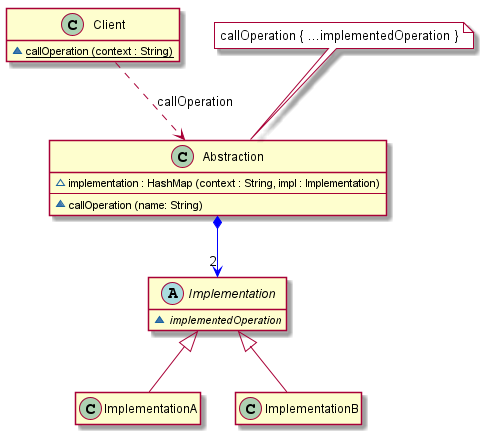
Before: src/bridge/_implementation_02/uml/implementation_02.png, a diagram exported from PlantUML (vitalispopoff/designPatterns).
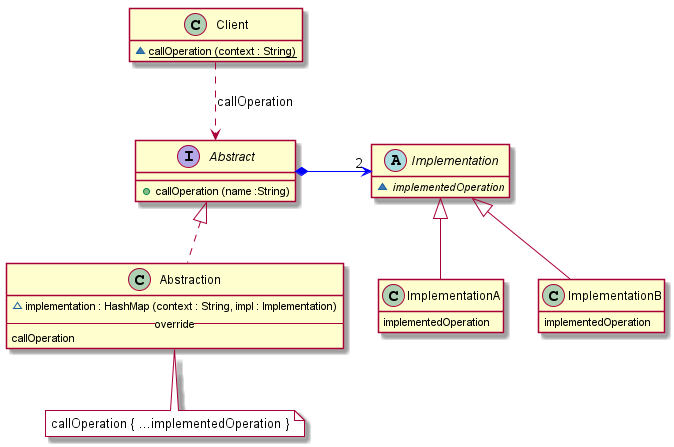
Above is the later version.

The edit, as a diff of the source:
```diff
@@ -1,35 +1,41 @@
 @startuml
 
 hide Client field
-
 class Client{
     ~{method}{static} callOperation (context : String)
 }
 
-Client ..> Abstraction : callOperation
+Client ..> Abstract : callOperation
 
-Abstraction *--> "2" Implementation #blue
+hide Abstract field
+interface Abstract {
+        +{method} callOperation (name :String)
+}
 
+Abstract *-right-> "2" Implementation #blue
+Abstract <|.down. Abstraction
+
+note bottom of Abstraction #white : callOperation { ...implementedOperation }
 class Abstraction {
         ~{field} implementation : HashMap (context : String, impl : Implementation)
-    --
-        ~{method} callOperation (name: String)
+    --override--
+        callOperation
 }
-
-note top of Abstraction #white : callOperation { ...implementedOperation }
 
 hide Implementation field
 abstract class  Implementation  {
     ~{method}{abstract} implementedOperation
 }
 
-hide  ImplementationA member
+hide  ImplementationA field
 class ImplementationA extends Implementation{
+    {method}implementedOperation
 }
 
-hide  ImplementationB member
+hide  ImplementationB field
 
 class ImplementationB extends Implementation{
+    {method}implementedOperation
 }
 
 @enduml
```
